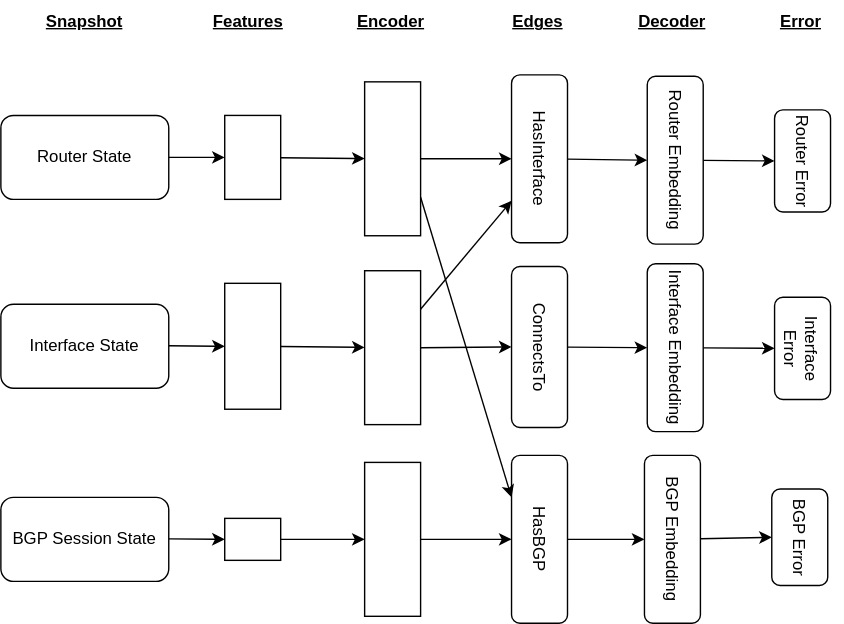
Before: docs/drawings/gnn/hetgnn-model.drawio.svg, a diagram exported from draw.io (matteote/gnnsandbox-twindq-bench). Source tidied: cells renumbered, new cells last; positions are measured from the earlier drawing's top-left corner, leaving out a move shared by most shapes. Source of this version:
```xml
<mxGraphModel>
  <root>
    <mxCell id="0" />
    <mxCell id="1" parent="0" />
    <mxCell id="2" style="edgeStyle=none;html=1;entryX=0.5;entryY=1;entryDx=0;entryDy=0;" parent="1" edge="1" source="3" target="18">
      <mxGeometry relative="1" as="geometry" />
    </mxCell>
    <mxCell id="3" value="HasInterface" style="rounded=1;whiteSpace=wrap;html=1;rotation=90;" parent="1" vertex="1">
      <mxGeometry x="325" y="93" width="120" height="40" as="geometry" />
    </mxCell>
    <mxCell id="4" style="edgeStyle=none;html=1;entryX=0.5;entryY=1;entryDx=0;entryDy=0;" parent="1" edge="1" source="5" target="22">
      <mxGeometry relative="1" as="geometry" />
    </mxCell>
    <mxCell id="5" value="HasBGP" style="rounded=1;whiteSpace=wrap;html=1;rotation=90;" parent="1" vertex="1">
      <mxGeometry x="325" y="365" width="120" height="40" as="geometry" />
    </mxCell>
    <mxCell id="6" style="edgeStyle=none;html=1;entryX=0.5;entryY=1;entryDx=0;entryDy=0;" parent="1" edge="1" source="7" target="20">
      <mxGeometry relative="1" as="geometry" />
    </mxCell>
    <mxCell id="7" value="ConnectsTo" style="rounded=1;whiteSpace=wrap;html=1;rotation=90;" parent="1" vertex="1">
      <mxGeometry x="327.5" y="227.5" width="115" height="40" as="geometry" />
    </mxCell>
    <mxCell id="8" style="edgeStyle=none;html=1;entryX=0.25;entryY=1;entryDx=0;entryDy=0;exitX=1;exitY=0.75;exitDx=0;exitDy=0;" parent="1" edge="1" source="26" target="5">
      <mxGeometry relative="1" as="geometry" />
    </mxCell>
    <mxCell id="9" style="edgeStyle=none;html=1;entryX=0.75;entryY=1;entryDx=0;entryDy=0;exitX=1;exitY=0.25;exitDx=0;exitDy=0;" parent="1" edge="1" source="27" target="3">
      <mxGeometry relative="1" as="geometry" />
    </mxCell>
    <mxCell id="10" style="edgeStyle=none;html=1;entryX=0.5;entryY=1;entryDx=0;entryDy=0;exitX=1;exitY=0.5;exitDx=0;exitDy=0;" parent="1" edge="1" source="27" target="7">
      <mxGeometry relative="1" as="geometry" />
    </mxCell>
    <mxCell id="11" style="edgeStyle=none;html=1;entryX=0;entryY=0.5;entryDx=0;entryDy=0;" parent="1" edge="1" target="33">
      <mxGeometry relative="1" as="geometry">
        <mxPoint x="120" y="246.6" as="sourcePoint" />
      </mxGeometry>
    </mxCell>
    <mxCell id="12" style="edgeStyle=none;html=1;entryX=0.5;entryY=1;entryDx=0;entryDy=0;exitX=1;exitY=0.5;exitDx=0;exitDy=0;" parent="1" edge="1" source="28" target="5">
      <mxGeometry relative="1" as="geometry" />
    </mxCell>
    <mxCell id="13" style="edgeStyle=none;html=1;entryX=0;entryY=0.5;entryDx=0;entryDy=0;" parent="1" edge="1" target="35">
      <mxGeometry relative="1" as="geometry">
        <mxPoint x="120" y="384.6" as="sourcePoint" />
      </mxGeometry>
    </mxCell>
    <mxCell id="14" style="edgeStyle=none;html=1;exitX=1;exitY=0.5;exitDx=0;exitDy=0;" parent="1" edge="1" source="26" target="3">
      <mxGeometry relative="1" as="geometry" />
    </mxCell>
    <mxCell id="15" value="Encoder" style="text;html=1;align=center;verticalAlign=middle;whiteSpace=wrap;rounded=0;fontStyle=5;" parent="1" vertex="1">
      <mxGeometry x="239" width="80" height="30" as="geometry" />
    </mxCell>
    <mxCell id="16" value="Snapshot" style="text;html=1;align=center;verticalAlign=middle;whiteSpace=wrap;rounded=0;fontStyle=5;" parent="1" vertex="1">
      <mxGeometry x="30" width="60" height="30" as="geometry" />
    </mxCell>
    <mxCell id="17" style="edgeStyle=none;html=1;entryX=0.5;entryY=1;entryDx=0;entryDy=0;" parent="1" edge="1" source="18" target="37">
      <mxGeometry relative="1" as="geometry" />
    </mxCell>
    <mxCell id="18" value="Router Embedding" style="rounded=1;whiteSpace=wrap;html=1;rotation=90;" parent="1" vertex="1">
      <mxGeometry x="422" y="94" width="120" height="40" as="geometry" />
    </mxCell>
    <mxCell id="19" style="edgeStyle=none;html=1;entryX=0.5;entryY=1;entryDx=0;entryDy=0;" parent="1" edge="1" source="20" target="38">
      <mxGeometry relative="1" as="geometry" />
    </mxCell>
    <mxCell id="20" value="Interface Embedding" style="rounded=1;whiteSpace=wrap;html=1;rotation=90;" parent="1" vertex="1">
      <mxGeometry x="422" y="228" width="120" height="40" as="geometry" />
    </mxCell>
    <mxCell id="21" style="edgeStyle=none;html=1;entryX=0.5;entryY=1;entryDx=0;entryDy=0;" parent="1" edge="1" source="22" target="39">
      <mxGeometry relative="1" as="geometry" />
    </mxCell>
    <mxCell id="22" value="BGP Embedding" style="rounded=1;whiteSpace=wrap;html=1;rotation=90;" parent="1" vertex="1">
      <mxGeometry x="420" y="365" width="120" height="40" as="geometry" />
    </mxCell>
    <mxCell id="23" value="Decoder" style="text;html=1;align=center;verticalAlign=middle;whiteSpace=wrap;rounded=0;fontStyle=5;" parent="1" vertex="1">
      <mxGeometry x="450" width="60" height="30" as="geometry" />
    </mxCell>
    <mxCell id="24" value="Edges" style="text;html=1;align=center;verticalAlign=middle;whiteSpace=wrap;rounded=0;fontStyle=5;" parent="1" vertex="1">
      <mxGeometry x="354" width="60" height="30" as="geometry" />
    </mxCell>
    <mxCell id="25" value="Features" style="text;html=1;align=center;verticalAlign=middle;whiteSpace=wrap;rounded=0;fontStyle=5;" parent="1" vertex="1">
      <mxGeometry x="147" width="60" height="30" as="geometry" />
    </mxCell>
    <mxCell id="26" style="rounded=0;whiteSpace=wrap;html=1;" parent="1" vertex="1">
      <mxGeometry x="260" y="58" width="40" height="110" as="geometry" />
    </mxCell>
    <mxCell id="27" style="rounded=0;whiteSpace=wrap;html=1;" parent="1" vertex="1">
      <mxGeometry x="260" y="193" width="40" height="110" as="geometry" />
    </mxCell>
    <mxCell id="28" style="rounded=0;whiteSpace=wrap;html=1;" parent="1" vertex="1">
      <mxGeometry x="260" y="330" width="40" height="110" as="geometry" />
    </mxCell>
    <mxCell id="29" style="edgeStyle=none;html=1;entryX=0;entryY=0.5;entryDx=0;entryDy=0;" parent="1" edge="1" target="31">
      <mxGeometry relative="1" as="geometry">
        <mxPoint x="120" y="112" as="sourcePoint" />
      </mxGeometry>
    </mxCell>
    <mxCell id="30" style="edgeStyle=none;html=1;" parent="1" edge="1" source="31" target="26">
      <mxGeometry relative="1" as="geometry" />
    </mxCell>
    <mxCell id="31" style="rounded=0;whiteSpace=wrap;html=1;" parent="1" vertex="1">
      <mxGeometry x="160" y="82" width="40" height="60" as="geometry" />
    </mxCell>
    <mxCell id="32" style="edgeStyle=none;html=1;" parent="1" edge="1" source="33" target="27">
      <mxGeometry relative="1" as="geometry" />
    </mxCell>
    <mxCell id="33" style="rounded=0;whiteSpace=wrap;html=1;" parent="1" vertex="1">
      <mxGeometry x="160" y="202" width="40" height="90" as="geometry" />
    </mxCell>
    <mxCell id="34" style="edgeStyle=none;html=1;" parent="1" edge="1" source="35" target="28">
      <mxGeometry relative="1" as="geometry" />
    </mxCell>
    <mxCell id="35" style="rounded=0;whiteSpace=wrap;html=1;" parent="1" vertex="1">
      <mxGeometry x="160" y="370" width="40" height="30" as="geometry" />
    </mxCell>
    <mxCell id="36" value="Error" style="text;html=1;align=center;verticalAlign=middle;whiteSpace=wrap;rounded=0;fontStyle=5;" parent="1" vertex="1">
      <mxGeometry x="542" width="60" height="30" as="geometry" />
    </mxCell>
    <mxCell id="37" value="Router Error" style="rounded=1;whiteSpace=wrap;html=1;rotation=90;" parent="1" vertex="1">
      <mxGeometry x="536.5" y="94.5" width="73" height="40" as="geometry" />
    </mxCell>
    <mxCell id="38" value="Interface Error" style="rounded=1;whiteSpace=wrap;html=1;rotation=90;" parent="1" vertex="1">
      <mxGeometry x="536.5" y="228.5" width="73" height="40" as="geometry" />
    </mxCell>
    <mxCell id="39" value="BGP Error" style="rounded=1;whiteSpace=wrap;html=1;rotation=90;" parent="1" vertex="1">
      <mxGeometry x="536.5" y="363.5" width="69" height="40" as="geometry" />
    </mxCell>
    <mxCell id="40" value="Router State" style="rounded=1;whiteSpace=wrap;html=1;" parent="1" vertex="1">
      <mxGeometry y="82" width="120" height="60" as="geometry" />
    </mxCell>
    <mxCell id="41" value="Interface State" style="rounded=1;whiteSpace=wrap;html=1;" parent="1" vertex="1">
      <mxGeometry y="217" width="120" height="60" as="geometry" />
    </mxCell>
    <mxCell id="42" value="BGP Session State" style="rounded=1;whiteSpace=wrap;html=1;" parent="1" vertex="1">
      <mxGeometry y="355" width="120" height="60" as="geometry" />
    </mxCell>
  </root>
</mxGraphModel>
```
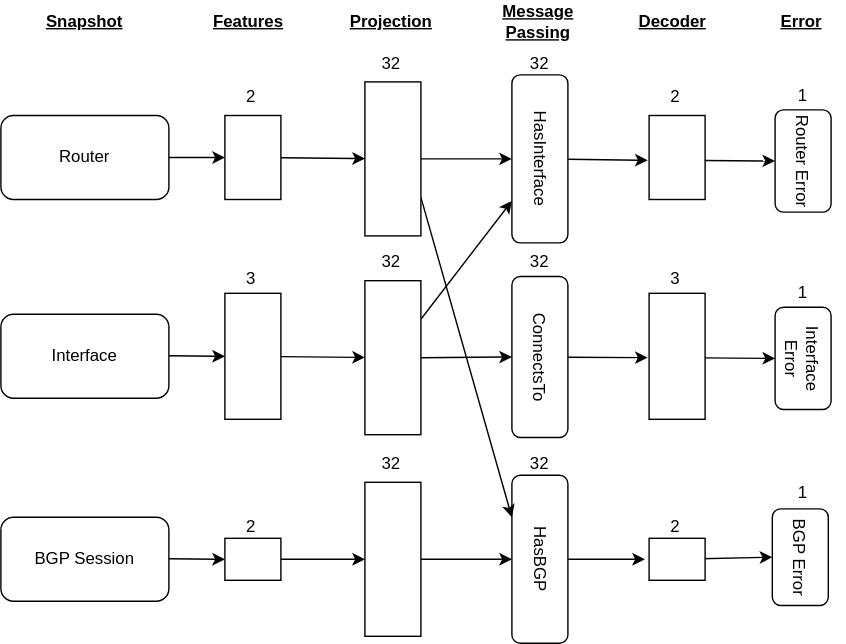
The same file after the commit.

Change to the diagram source:
```diff
@@ -2,23 +2,29 @@
   <root>
     <mxCell id="0" />
     <mxCell id="1" parent="0" />
-    <mxCell id="2" style="edgeStyle=none;html=1;entryX=0.5;entryY=1;entryDx=0;entryDy=0;" parent="1" edge="1" source="3" target="18">
-      <mxGeometry relative="1" as="geometry" />
+    <mxCell id="2" style="edgeStyle=none;html=1;entryX=0.5;entryY=1;entryDx=0;entryDy=0;" parent="1" edge="1" source="3">
+      <mxGeometry relative="1" as="geometry">
+        <mxPoint x="462" y="114" as="targetPoint" />
+      </mxGeometry>
     </mxCell>
     <mxCell id="3" value="HasInterface" style="rounded=1;whiteSpace=wrap;html=1;rotation=90;" parent="1" vertex="1">
       <mxGeometry x="325" y="93" width="120" height="40" as="geometry" />
     </mxCell>
-    <mxCell id="4" style="edgeStyle=none;html=1;entryX=0.5;entryY=1;entryDx=0;entryDy=0;" parent="1" edge="1" source="5" target="22">
-      <mxGeometry relative="1" as="geometry" />
+    <mxCell id="4" style="edgeStyle=none;html=1;entryX=0.5;entryY=1;entryDx=0;entryDy=0;" parent="1" edge="1" source="5">
+      <mxGeometry relative="1" as="geometry">
+        <mxPoint x="460" y="399" as="targetPoint" />
+      </mxGeometry>
     </mxCell>
     <mxCell id="5" value="HasBGP" style="rounded=1;whiteSpace=wrap;html=1;rotation=90;" parent="1" vertex="1">
-      <mxGeometry x="325" y="365" width="120" height="40" as="geometry" />
+      <mxGeometry x="325" y="379" width="120" height="40" as="geometry" />
     </mxCell>
-    <mxCell id="6" style="edgeStyle=none;html=1;entryX=0.5;entryY=1;entryDx=0;entryDy=0;" parent="1" edge="1" source="7" target="20">
-      <mxGeometry relative="1" as="geometry" />
+    <mxCell id="6" style="edgeStyle=none;html=1;entryX=0.5;entryY=1;entryDx=0;entryDy=0;" parent="1" edge="1" source="7">
+      <mxGeometry relative="1" as="geometry">
+        <mxPoint x="462" y="255" as="targetPoint" />
+      </mxGeometry>
     </mxCell>
     <mxCell id="7" value="ConnectsTo" style="rounded=1;whiteSpace=wrap;html=1;rotation=90;" parent="1" vertex="1">
-      <mxGeometry x="327.5" y="227.5" width="115" height="40" as="geometry" />
+      <mxGeometry x="327.5" y="234.5" width="115" height="40" as="geometry" />
     </mxCell>
     <mxCell id="8" style="edgeStyle=none;html=1;entryX=0.25;entryY=1;entryDx=0;entryDy=0;exitX=1;exitY=0.75;exitDx=0;exitDy=0;" parent="1" edge="1" source="26" target="5">
       <mxGeometry relative="1" as="geometry" />
@@ -31,7 +37,7 @@
     </mxCell>
     <mxCell id="11" style="edgeStyle=none;html=1;entryX=0;entryY=0.5;entryDx=0;entryDy=0;" parent="1" edge="1" target="33">
       <mxGeometry relative="1" as="geometry">
-        <mxPoint x="120" y="246.6" as="sourcePoint" />
+        <mxPoint x="120" y="253.6" as="sourcePoint" />
       </mxGeometry>
     </mxCell>
     <mxCell id="12" style="edgeStyle=none;html=1;entryX=0.5;entryY=1;entryDx=0;entryDy=0;exitX=1;exitY=0.5;exitDx=0;exitDy=0;" parent="1" edge="1" source="28" target="5">
@@ -39,40 +45,37 @@
     </mxCell>
     <mxCell id="13" style="edgeStyle=none;html=1;entryX=0;entryY=0.5;entryDx=0;entryDy=0;" parent="1" edge="1" target="35">
       <mxGeometry relative="1" as="geometry">
-        <mxPoint x="120" y="384.6" as="sourcePoint" />
+        <mxPoint x="120" y="398.6" as="sourcePoint" />
       </mxGeometry>
     </mxCell>
     <mxCell id="14" style="edgeStyle=none;html=1;exitX=1;exitY=0.5;exitDx=0;exitDy=0;" parent="1" edge="1" source="26" target="3">
       <mxGeometry relative="1" as="geometry" />
     </mxCell>
-    <mxCell id="15" value="Encoder" style="text;html=1;align=center;verticalAlign=middle;whiteSpace=wrap;rounded=0;fontStyle=5;" parent="1" vertex="1">
+    <mxCell id="15" value="Projection" style="text;html=1;align=center;verticalAlign=middle;whiteSpace=wrap;rounded=0;fontStyle=5;" parent="1" vertex="1">
       <mxGeometry x="239" width="80" height="30" as="geometry" />
     </mxCell>
     <mxCell id="16" value="Snapshot" style="text;html=1;align=center;verticalAlign=middle;whiteSpace=wrap;rounded=0;fontStyle=5;" parent="1" vertex="1">
       <mxGeometry x="30" width="60" height="30" as="geometry" />
     </mxCell>
-    <mxCell id="17" style="edgeStyle=none;html=1;entryX=0.5;entryY=1;entryDx=0;entryDy=0;" parent="1" edge="1" source="18" target="37">
-      <mxGeometry relative="1" as="geometry" />
+    <mxCell id="17" style="edgeStyle=none;html=1;entryX=0.5;entryY=1;entryDx=0;entryDy=0;" parent="1" edge="1" target="37">
+      <mxGeometry relative="1" as="geometry">
+        <mxPoint x="502" y="114.1" as="sourcePoint" />
+      </mxGeometry>
     </mxCell>
-    <mxCell id="18" value="Router Embedding" style="rounded=1;whiteSpace=wrap;html=1;rotation=90;" parent="1" vertex="1">
-      <mxGeometry x="422" y="94" width="120" height="40" as="geometry" />
-    </mxCell>
-    <mxCell id="19" style="edgeStyle=none;html=1;entryX=0.5;entryY=1;entryDx=0;entryDy=0;" parent="1" edge="1" source="20" target="38">
-      <mxGeometry relative="1" as="geometry" />
+    <mxCell id="19" style="edgeStyle=none;html=1;entryX=0.5;entryY=1;entryDx=0;entryDy=0;" parent="1" edge="1" target="38">
+      <mxGeometry relative="1" as="geometry">
+        <mxPoint x="502" y="255.1" as="sourcePoint" />
+      </mxGeometry>
     </mxCell>
-    <mxCell id="20" value="Interface Embedding" style="rounded=1;whiteSpace=wrap;html=1;rotation=90;" parent="1" vertex="1">
-      <mxGeometry x="422" y="228" width="120" height="40" as="geometry" />
-    </mxCell>
-    <mxCell id="21" style="edgeStyle=none;html=1;entryX=0.5;entryY=1;entryDx=0;entryDy=0;" parent="1" edge="1" source="22" target="39">
-      <mxGeometry relative="1" as="geometry" />
+    <mxCell id="21" style="edgeStyle=none;html=1;entryX=0.5;entryY=1;entryDx=0;entryDy=0;" parent="1" edge="1" target="39">
+      <mxGeometry relative="1" as="geometry">
+        <mxPoint x="500" y="398.6" as="sourcePoint" />
+      </mxGeometry>
     </mxCell>
-    <mxCell id="22" value="BGP Embedding" style="rounded=1;whiteSpace=wrap;html=1;rotation=90;" parent="1" vertex="1">
-      <mxGeometry x="420" y="365" width="120" height="40" as="geometry" />
-    </mxCell>
     <mxCell id="23" value="Decoder" style="text;html=1;align=center;verticalAlign=middle;whiteSpace=wrap;rounded=0;fontStyle=5;" parent="1" vertex="1">
       <mxGeometry x="450" width="60" height="30" as="geometry" />
     </mxCell>
-    <mxCell id="24" value="Edges" style="text;html=1;align=center;verticalAlign=middle;whiteSpace=wrap;rounded=0;fontStyle=5;" parent="1" vertex="1">
+    <mxCell id="24" value="Message&lt;div&gt;Passing&lt;/div&gt;" style="text;html=1;align=center;verticalAlign=middle;whiteSpace=wrap;rounded=0;fontStyle=5;" parent="1" vertex="1">
       <mxGeometry x="354" width="60" height="30" as="geometry" />
     </mxCell>
     <mxCell id="25" value="Features" style="text;html=1;align=center;verticalAlign=middle;whiteSpace=wrap;rounded=0;fontStyle=5;" parent="1" vertex="1">
@@ -82,10 +85,10 @@
       <mxGeometry x="260" y="58" width="40" height="110" as="geometry" />
     </mxCell>
     <mxCell id="27" style="rounded=0;whiteSpace=wrap;html=1;" parent="1" vertex="1">
-      <mxGeometry x="260" y="193" width="40" height="110" as="geometry" />
+      <mxGeometry x="260" y="200" width="40" height="110" as="geometry" />
     </mxCell>
     <mxCell id="28" style="rounded=0;whiteSpace=wrap;html=1;" parent="1" vertex="1">
-      <mxGeometry x="260" y="330" width="40" height="110" as="geometry" />
+      <mxGeometry x="260" y="344" width="40" height="110" as="geometry" />
     </mxCell>
     <mxCell id="29" style="edgeStyle=none;html=1;entryX=0;entryY=0.5;entryDx=0;entryDy=0;" parent="1" edge="1" target="31">
       <mxGeometry relative="1" as="geometry">
@@ -102,13 +105,13 @@
       <mxGeometry relative="1" as="geometry" />
     </mxCell>
     <mxCell id="33" style="rounded=0;whiteSpace=wrap;html=1;" parent="1" vertex="1">
-      <mxGeometry x="160" y="202" width="40" height="90" as="geometry" />
+      <mxGeometry x="160" y="209" width="40" height="90" as="geometry" />
     </mxCell>
     <mxCell id="34" style="edgeStyle=none;html=1;" parent="1" edge="1" source="35" target="28">
       <mxGeometry relative="1" as="geometry" />
     </mxCell>
     <mxCell id="35" style="rounded=0;whiteSpace=wrap;html=1;" parent="1" vertex="1">
-      <mxGeometry x="160" y="370" width="40" height="30" as="geometry" />
+      <mxGeometry x="160" y="384" width="40" height="30" as="geometry" />
     </mxCell>
     <mxCell id="36" value="Error" style="text;html=1;align=center;verticalAlign=middle;whiteSpace=wrap;rounded=0;fontStyle=5;" parent="1" vertex="1">
       <mxGeometry x="542" width="60" height="30" as="geometry" />
@@ -117,19 +120,73 @@
       <mxGeometry x="536.5" y="94.5" width="73" height="40" as="geometry" />
     </mxCell>
     <mxCell id="38" value="Interface Error" style="rounded=1;whiteSpace=wrap;html=1;rotation=90;" parent="1" vertex="1">
-      <mxGeometry x="536.5" y="228.5" width="73" height="40" as="geometry" />
+      <mxGeometry x="536.5" y="235.5" width="73" height="40" as="geometry" />
     </mxCell>
     <mxCell id="39" value="BGP Error" style="rounded=1;whiteSpace=wrap;html=1;rotation=90;" parent="1" vertex="1">
-      <mxGeometry x="536.5" y="363.5" width="69" height="40" as="geometry" />
+      <mxGeometry x="536.5" y="377.5" width="69" height="40" as="geometry" />
     </mxCell>
-    <mxCell id="40" value="Router State" style="rounded=1;whiteSpace=wrap;html=1;" parent="1" vertex="1">
+    <mxCell id="40" value="Router" style="rounded=1;whiteSpace=wrap;html=1;" parent="1" vertex="1">
       <mxGeometry y="82" width="120" height="60" as="geometry" />
     </mxCell>
-    <mxCell id="41" value="Interface State" style="rounded=1;whiteSpace=wrap;html=1;" parent="1" vertex="1">
-      <mxGeometry y="217" width="120" height="60" as="geometry" />
+    <mxCell id="41" value="Interface" style="rounded=1;whiteSpace=wrap;html=1;" parent="1" vertex="1">
+      <mxGeometry y="224" width="120" height="60" as="geometry" />
     </mxCell>
-    <mxCell id="42" value="BGP Session State" style="rounded=1;whiteSpace=wrap;html=1;" parent="1" vertex="1">
-      <mxGeometry y="355" width="120" height="60" as="geometry" />
+    <mxCell id="42" value="BGP Session" style="rounded=1;whiteSpace=wrap;html=1;" parent="1" vertex="1">
+      <mxGeometry y="369" width="120" height="60" as="geometry" />
     </mxCell>
+    <mxCell id="43" value="32" style="text;html=1;align=center;verticalAlign=middle;whiteSpace=wrap;rounded=0;" parent="1" vertex="1">
+      <mxGeometry x="249" y="30" width="60" height="30" as="geometry" />
+    </mxCell>
+    <mxCell id="44" value="32" style="text;html=1;align=center;verticalAlign=middle;whiteSpace=wrap;rounded=0;" parent="1" vertex="1">
+      <mxGeometry x="355" y="30" width="60" height="30" as="geometry" />
+    </mxCell>
+    <mxCell id="45" value="2" style="text;html=1;align=center;verticalAlign=middle;whiteSpace=wrap;rounded=0;" parent="1" vertex="1">
+      <mxGeometry x="149" y="54" width="60" height="30" as="geometry" />
+    </mxCell>
+    <mxCell id="46" value="3" style="text;html=1;align=center;verticalAlign=middle;whiteSpace=wrap;rounded=0;" parent="1" vertex="1">
+      <mxGeometry x="149" y="184" width="60" height="30" as="geometry" />
+    </mxCell>
+    <mxCell id="47" value="2" style="text;html=1;align=center;verticalAlign=middle;whiteSpace=wrap;rounded=0;" parent="1" vertex="1">
+      <mxGeometry x="149" y="361" width="60" height="30" as="geometry" />
+    </mxCell>
+    <mxCell id="48" value="1" style="text;html=1;align=center;verticalAlign=middle;whiteSpace=wrap;rounded=0;" parent="1" vertex="1">
+      <mxGeometry x="543" y="194" width="60" height="30" as="geometry" />
+    </mxCell>
+    <mxCell id="49" value="1" style="text;html=1;align=center;verticalAlign=middle;whiteSpace=wrap;rounded=0;" parent="1" vertex="1">
+      <mxGeometry x="543" y="337" width="60" height="30" as="geometry" />
+    </mxCell>
+    <mxCell id="50" value="1" style="text;html=1;align=center;verticalAlign=middle;whiteSpace=wrap;rounded=0;" parent="1" vertex="1">
+      <mxGeometry x="543" y="53" width="60" height="30" as="geometry" />
+    </mxCell>
+    <mxCell id="51" value="32" style="text;html=1;align=center;verticalAlign=middle;whiteSpace=wrap;rounded=0;" parent="1" vertex="1">
+      <mxGeometry x="249" y="172" width="60" height="30" as="geometry" />
+    </mxCell>
+    <mxCell id="52" value="32" style="text;html=1;align=center;verticalAlign=middle;whiteSpace=wrap;rounded=0;" parent="1" vertex="1">
+      <mxGeometry x="355" y="172" width="60" height="30" as="geometry" />
+    </mxCell>
+    <mxCell id="53" value="32" style="text;html=1;align=center;verticalAlign=middle;whiteSpace=wrap;rounded=0;" parent="1" vertex="1">
+      <mxGeometry x="249" y="316" width="60" height="30" as="geometry" />
+    </mxCell>
+    <mxCell id="54" value="32" style="text;html=1;align=center;verticalAlign=middle;whiteSpace=wrap;rounded=0;" parent="1" vertex="1">
+      <mxGeometry x="355" y="316" width="60" height="30" as="geometry" />
+    </mxCell>
+    <mxCell id="55" style="rounded=0;whiteSpace=wrap;html=1;" parent="1" vertex="1">
+      <mxGeometry x="463" y="82" width="40" height="60" as="geometry" />
+    </mxCell>
+    <mxCell id="56" style="rounded=0;whiteSpace=wrap;html=1;" parent="1" vertex="1">
+      <mxGeometry x="463" y="209" width="40" height="90" as="geometry" />
+    </mxCell>
+    <mxCell id="57" style="rounded=0;whiteSpace=wrap;html=1;" parent="1" vertex="1">
+      <mxGeometry x="463" y="384" width="40" height="30" as="geometry" />
+    </mxCell>
+    <mxCell id="58" value="2" style="text;html=1;align=center;verticalAlign=middle;whiteSpace=wrap;rounded=0;" parent="1" vertex="1">
+      <mxGeometry x="452" y="54" width="60" height="30" as="geometry" />
+    </mxCell>
+    <mxCell id="59" value="3" style="text;html=1;align=center;verticalAlign=middle;whiteSpace=wrap;rounded=0;" parent="1" vertex="1">
+      <mxGeometry x="452" y="184" width="60" height="30" as="geometry" />
+    </mxCell>
+    <mxCell id="60" value="2" style="text;html=1;align=center;verticalAlign=middle;whiteSpace=wrap;rounded=0;" parent="1" vertex="1">
+      <mxGeometry x="452" y="361" width="60" height="30" as="geometry" />
+    </mxCell>
   </root>
 </mxGraphModel>
```
